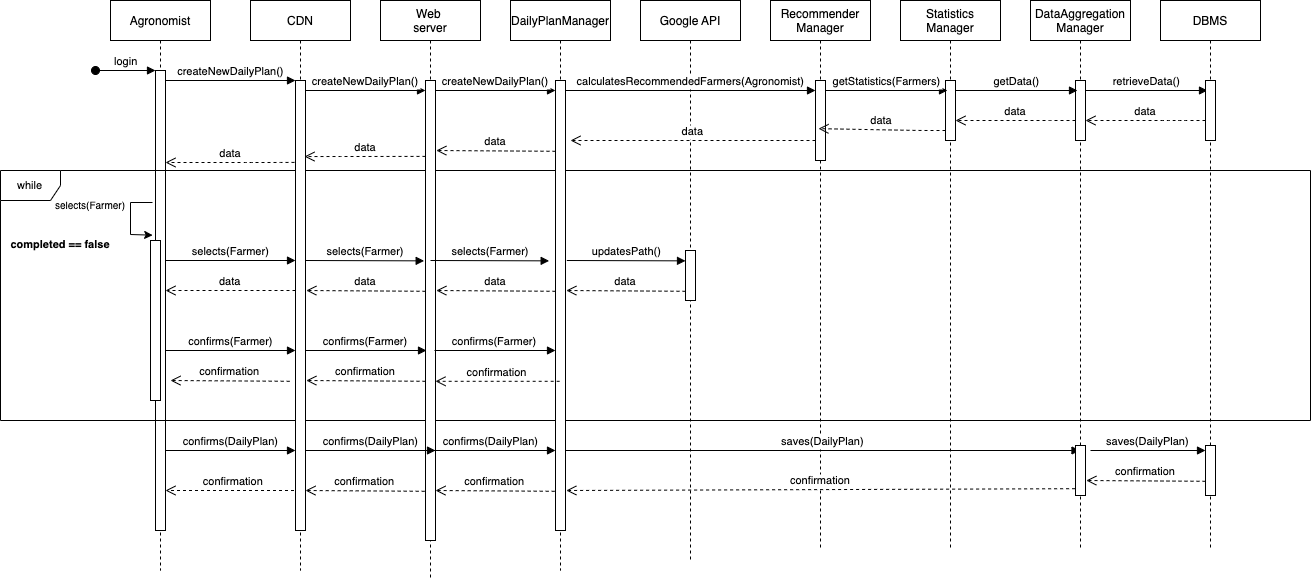
The draw.io diagram images_diagrams/dd/agronomist_sequencediagram.png in gabrielemarra/DREAM-ProjectDesign, before a commit. Source tidied: cells renumbered, new cells last; positions are measured from the earlier drawing's top-left corner, leaving out a move shared by most shapes.
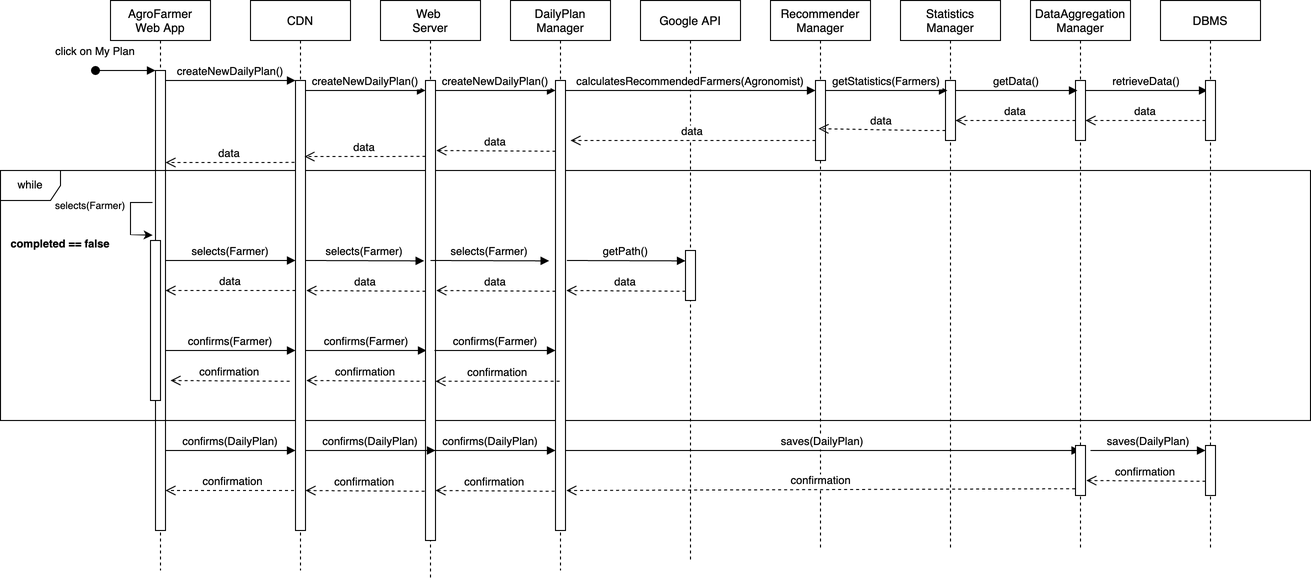
After the change.

Diff of the diagram source:
```diff
@@ -2,15 +2,16 @@
   <root>
     <mxCell id="0" />
     <mxCell id="1" parent="0" />
-    <mxCell id="2" value="Agronomist" style="shape=umlLifeline;perimeter=lifelinePerimeter;rounded=0;shadow=0;strokeWidth=1;" parent="1" vertex="1">
+    <mxCell id="2" value="AgroFarmer&#10;Web App" style="shape=umlLifeline;perimeter=lifelinePerimeter;rounded=0;shadow=0;strokeWidth=1;" parent="1" vertex="1">
       <mxGeometry x="110" width="100" height="570" as="geometry" />
     </mxCell>
     <mxCell id="3" style="points=[];perimeter=orthogonalPerimeter;rounded=0;shadow=0;strokeWidth=1;" parent="2" vertex="1">
       <mxGeometry x="45" y="70" width="10" height="460" as="geometry" />
     </mxCell>
-    <mxCell id="4" value="login" style="verticalAlign=bottom;startArrow=oval;endArrow=block;startSize=8;shadow=0;strokeWidth=1;" parent="2" edge="1" target="3">
-      <mxGeometry relative="1" as="geometry">
+    <mxCell id="4" value="click on My Plan" style="verticalAlign=bottom;startArrow=oval;endArrow=block;startSize=8;shadow=0;strokeWidth=1;" parent="2" edge="1">
+      <mxGeometry x="-1" y="10" relative="1" as="geometry">
         <mxPoint x="-15" y="70" as="sourcePoint" />
+        <mxPoint x="45" y="70" as="targetPoint" />
       </mxGeometry>
     </mxCell>
     <mxCell id="5" style="endArrow=classic;html=1;rounded=0;entryX=-0.284;entryY=0.358;entryDx=0;entryDy=0;entryPerimeter=0;" parent="2" edge="1" target="3">
@@ -89,7 +90,7 @@
     <mxCell id="19" value="createNewDailyPlan()" style="verticalAlign=bottom;endArrow=block;entryX=0;entryY=0;shadow=0;strokeWidth=1;" parent="1" edge="1" source="3" target="12">
       <mxGeometry relative="1" as="geometry" />
     </mxCell>
-    <mxCell id="20" value="Web &#10;server" style="shape=umlLifeline;perimeter=lifelinePerimeter;rounded=0;shadow=0;strokeWidth=1;" parent="1" vertex="1">
+    <mxCell id="20" value="Web &#10;Server" style="shape=umlLifeline;perimeter=lifelinePerimeter;rounded=0;shadow=0;strokeWidth=1;" parent="1" vertex="1">
       <mxGeometry x="380" width="100" height="580" as="geometry" />
     </mxCell>
     <mxCell id="21" style="points=[];perimeter=orthogonalPerimeter;rounded=0;shadow=0;strokeWidth=1;" parent="20" vertex="1">
@@ -130,7 +131,7 @@
         <mxPoint x="55" y="490" as="targetPoint" />
       </mxGeometry>
     </mxCell>
-    <mxCell id="28" value="DailyPlanManager" style="shape=umlLifeline;perimeter=lifelinePerimeter;rounded=0;shadow=0;strokeWidth=1;" parent="1" vertex="1">
+    <mxCell id="28" value="DailyPlan&#10;Manager" style="shape=umlLifeline;perimeter=lifelinePerimeter;rounded=0;shadow=0;strokeWidth=1;" parent="1" vertex="1">
       <mxGeometry x="510" width="100" height="570" as="geometry" />
     </mxCell>
     <mxCell id="29" style="perimeter=orthogonalPerimeter;rounded=0;shadow=0;strokeWidth=1;" parent="28" vertex="1">
@@ -188,7 +189,7 @@
     <mxCell id="40" style="perimeter=orthogonalPerimeter;rounded=0;shadow=0;strokeWidth=1;" parent="38" vertex="1">
       <mxGeometry x="45" y="250" width="10" height="50" as="geometry" />
     </mxCell>
-    <mxCell id="41" value="updatesPath()" style="verticalAlign=bottom;endArrow=block;entryX=-0.133;entryY=0.207;shadow=0;strokeWidth=1;entryDx=0;entryDy=0;entryPerimeter=0;" parent="38" edge="1">
+    <mxCell id="41" value="getPath()" style="verticalAlign=bottom;endArrow=block;entryX=-0.133;entryY=0.207;shadow=0;strokeWidth=1;entryDx=0;entryDy=0;entryPerimeter=0;" parent="38" edge="1">
       <mxGeometry relative="1" as="geometry">
         <mxPoint x="-73.7" y="260" as="sourcePoint" />
         <mxPoint x="45" y="260.4" as="targetPoint" />
```
